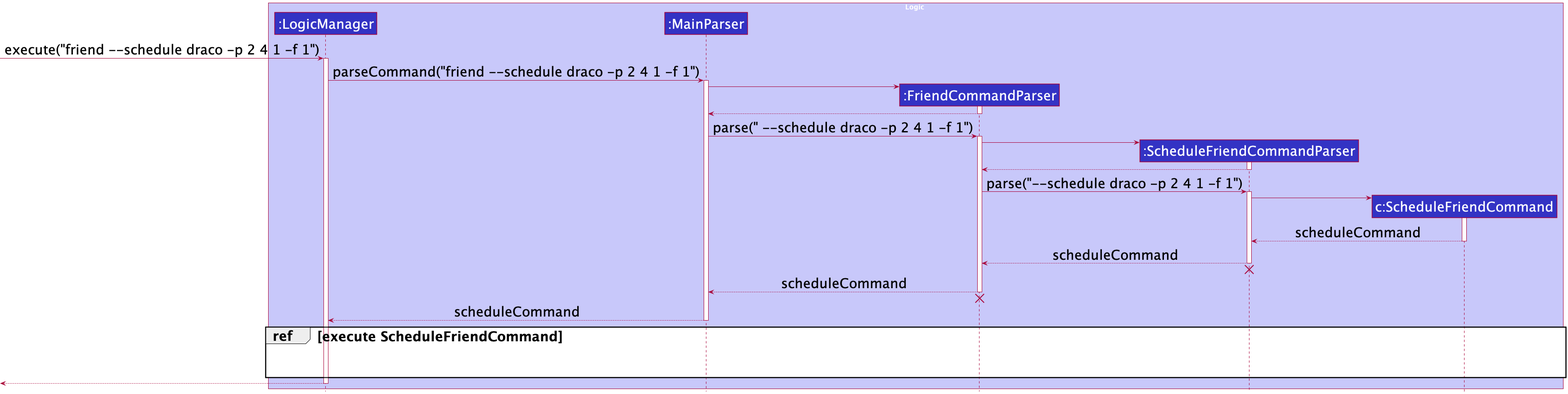
nus-cs2103-AY2122S1/tp keeps this PlantUML diagram as docs/images/ScheduleSequenceDiagram1.png. Above is the earlier version.
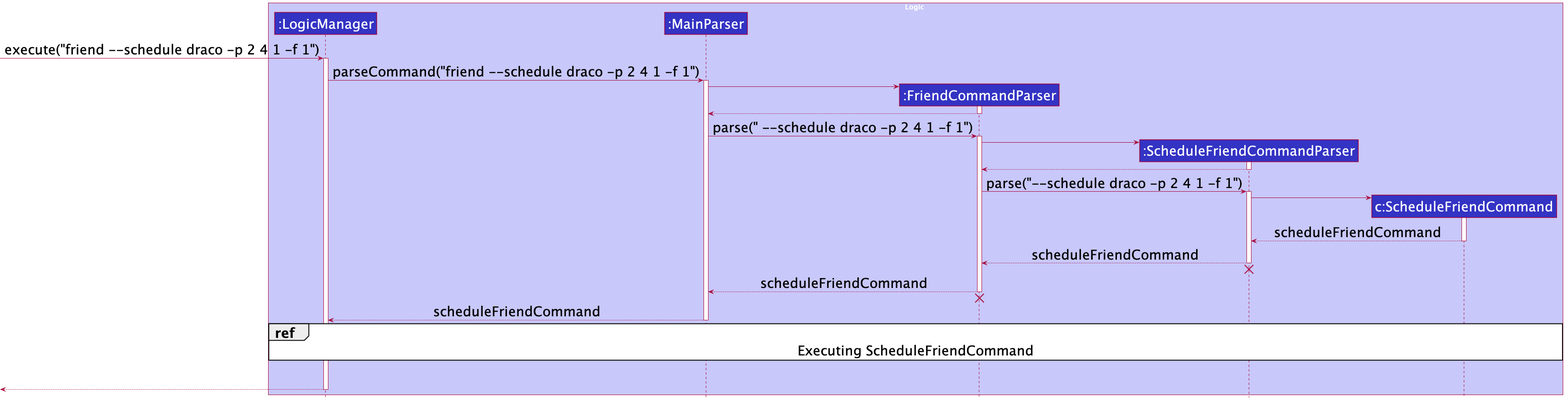
Above is the later version.

Commit message:
Update sequence diagrams

Diff of the diagram source:
```diff
@@ -40,26 +40,27 @@
 ScheduleFriendCommandParser -> ScheduleFriendCommand
 activate ScheduleFriendCommand
 
-ScheduleFriendCommand --> ScheduleFriendCommandParser : scheduleCommand
+ScheduleFriendCommand --> ScheduleFriendCommandParser : scheduleFriendCommand
 deactivate ScheduleFriendCommand
 
-ScheduleFriendCommandParser --> FriendCommandParser : scheduleCommand
+ScheduleFriendCommandParser --> FriendCommandParser : scheduleFriendCommand
 deactivate ScheduleFriendCommandParser
 ScheduleFriendCommandParser -[hidden]-> FriendCommandParser
 destroy ScheduleFriendCommandParser
 
-FriendCommandParser --> MainParser : scheduleCommand
+FriendCommandParser --> MainParser : scheduleFriendCommand
 deactivate FriendCommandParser
 FriendCommandParser -[hidden]-> MainParser
 destroy FriendCommandParser
 
-MainParser --> LogicManager : scheduleCommand
+MainParser --> LogicManager : scheduleFriendCommand
 deactivate MainParser
 
-group ref [execute ScheduleFriendCommand]
+ref over LogicManager, ScheduleFriendCommand: Executing ScheduleFriendCommand
+
 LogicManager -[hidden]-> LogicManager
 ScheduleFriendCommand -[hidden]-> ScheduleFriendCommand
-end
+
 
 [<--LogicManager
 deactivate LogicManager
```
